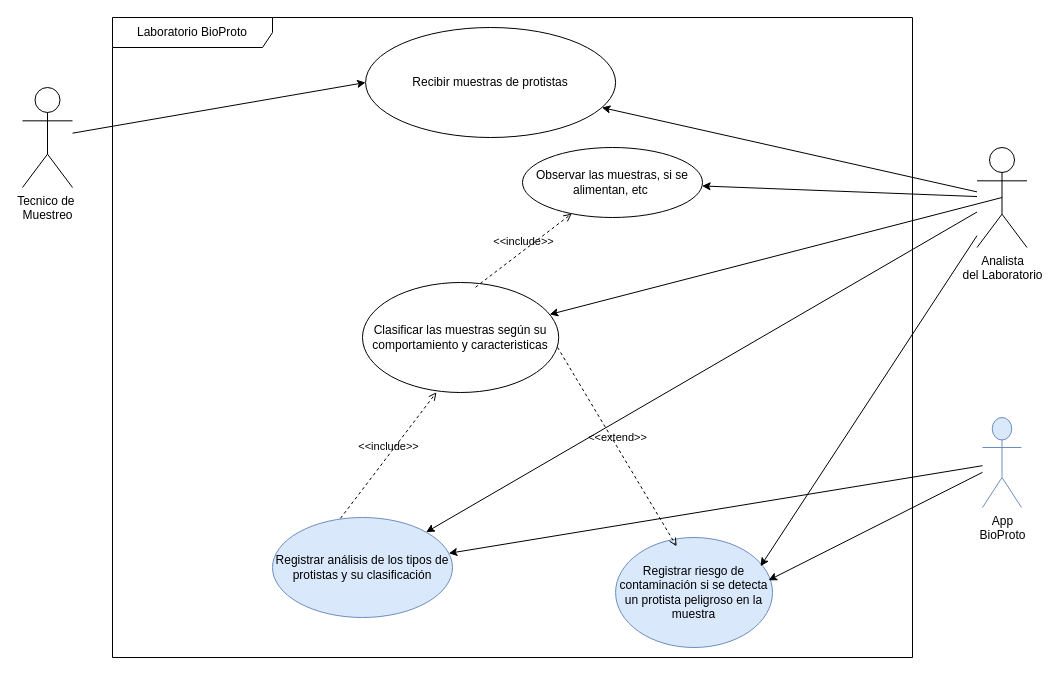
Above: ReinoProtista/design/1UseCase.drawio in mat264/ReinoProtista_G3 (draw.io), before the change. Source tidied: cells renumbered, new cells numbered last; positions are measured from the earlier drawing's top-left corner, leaving out a move shared by most shapes. Both pictures are drawn from the tidied source at 100%, with x=0, y=0 at pixel (22, 17).
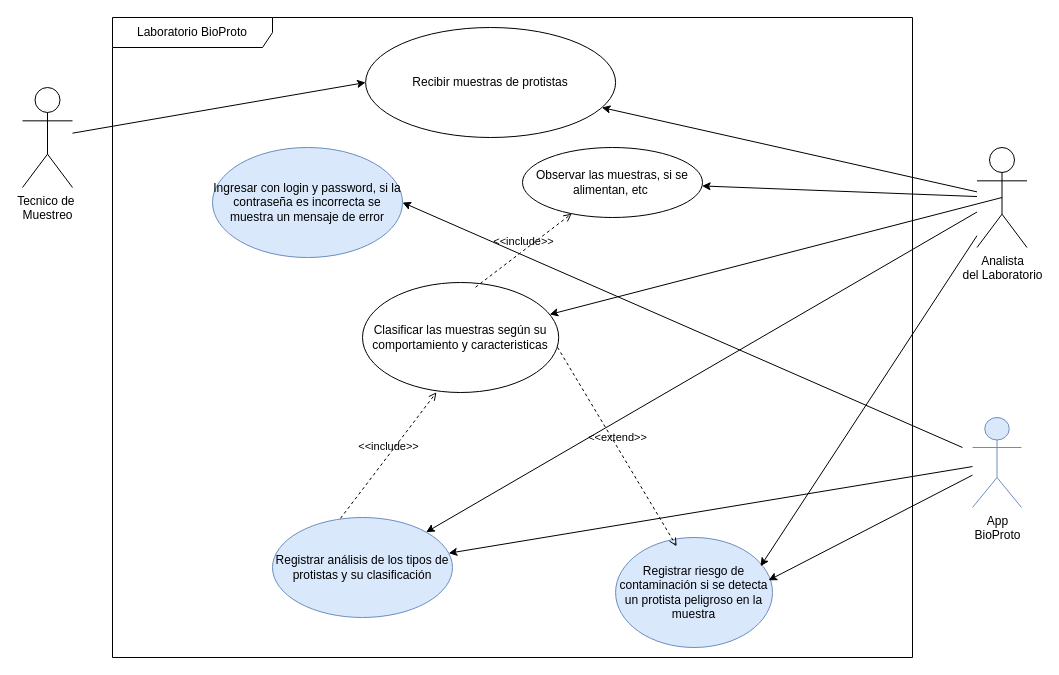
The same page after the edit.

Commit message:
Cambios en el use case, agregué login

The change refers to these unchanged cells:
```xml
<mxCell id="6" value="Laboratorio BioProto" style="shape=umlFrame;whiteSpace=wrap;html=1;width=160;" parent="1" vertex="1">
  <mxGeometry x="90" width="800" height="640" as="geometry" />
</mxCell>
```

Change to the diagram source:
```diff
@@
+    <mxCell id="22" value="Ingresar con login y password, si la contraseña es incorrecta se muestra un mensaje de error" style="ellipse;html=1;whiteSpace=wrap;fillColor=#dae8fc;strokeColor=#6c8ebf;" parent="6" vertex="1">
+      <mxGeometry x="100" y="130" width="190" height="110" as="geometry" />
+    </mxCell>
+    <mxCell id="23" style="edgeStyle=none;html=1;entryX=1;entryY=0.5;entryDx=0;entryDy=0;" parent="6" edge="1" target="22">
+      <mxGeometry relative="1" as="geometry">
+        <mxPoint x="850" y="430" as="sourcePoint" />
+      </mxGeometry>
+    </mxCell>
@@
     <mxCell id="17" value="App&lt;div&gt;BioProto&lt;/div&gt;" style="shape=umlActor;verticalLabelPosition=bottom;verticalAlign=top;html=1;fillColor=#dae8fc;strokeColor=#6c8ebf;" parent="1" vertex="1">
-      <mxGeometry x="960" y="400" width="39" height="90" as="geometry" />
+      <mxGeometry x="950" y="400" width="49" height="90" as="geometry" />
     </mxCell>
```
